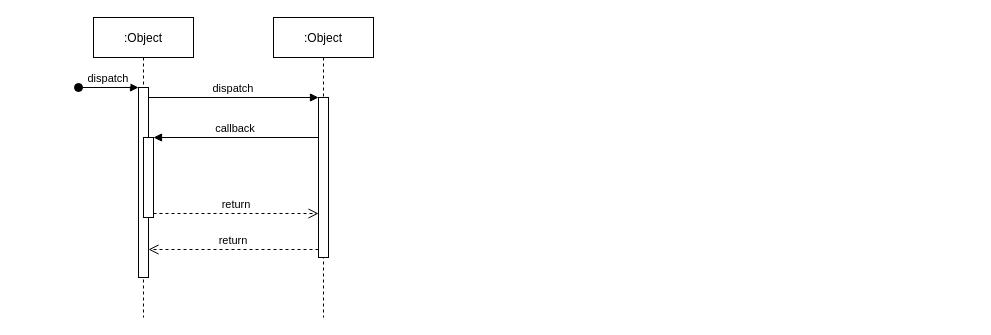
This is Data Reload.drawio from Headhuntr-IO/headhuntr-io, a draw.io file, before an edit. Source tidied: cells renumbered, new cells numbered last; positions are measured from the earlier drawing's top-left corner, leaving out a move shared by most shapes. Both pictures are drawn from the tidied source at 100%, with x=0, y=0 at pixel (78, 17).
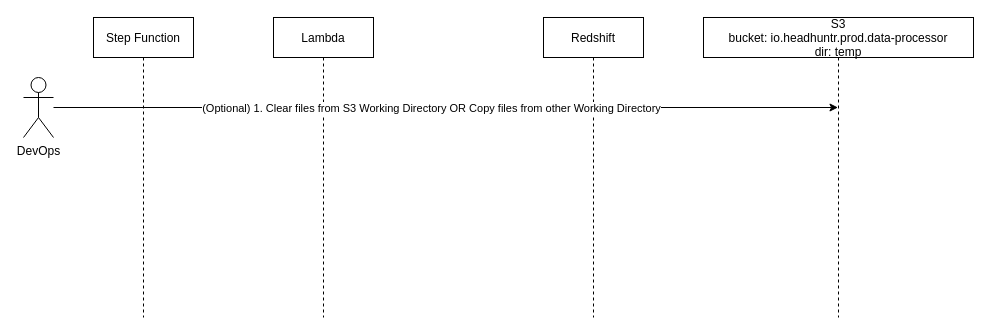
Above is the later version.

What changed in the source:
```diff
@@
 <mxGraphModel>
   <root>
     <mxCell id="0" />
     <mxCell id="1" parent="0" />
-    <mxCell id="2" value=":Object" style="shape=umlLifeline;perimeter=lifelinePerimeter;rounded=0;shadow=0;strokeWidth=1;" parent="1" vertex="1">
+    <mxCell id="2" value="Step Function" style="shape=umlLifeline;perimeter=lifelinePerimeter;rounded=0;shadow=0;strokeWidth=1;" parent="1" vertex="1">
       <mxGeometry x="15" width="100" height="300" as="geometry" />
     </mxCell>
-    <mxCell id="3" style="points=[];perimeter=orthogonalPerimeter;rounded=0;shadow=0;strokeWidth=1;" parent="2" vertex="1">
-      <mxGeometry x="45" y="70" width="10" height="190" as="geometry" />
-    </mxCell>
-    <mxCell id="4" value="dispatch" style="verticalAlign=bottom;startArrow=oval;endArrow=block;startSize=8;shadow=0;strokeWidth=1;" parent="2" edge="1" target="3">
-      <mxGeometry relative="1" as="geometry">
-        <mxPoint x="-15" y="70" as="sourcePoint" />
-      </mxGeometry>
-    </mxCell>
-    <mxCell id="5" style="points=[];perimeter=orthogonalPerimeter;rounded=0;shadow=0;strokeWidth=1;" parent="2" vertex="1">
-      <mxGeometry x="50" y="120" width="10" height="80" as="geometry" />
-    </mxCell>
-    <mxCell id="6" value=":Object" style="shape=umlLifeline;perimeter=lifelinePerimeter;rounded=0;shadow=0;strokeWidth=1;" parent="1" vertex="1">
+    <mxCell id="6" value="Lambda" style="shape=umlLifeline;perimeter=lifelinePerimeter;rounded=0;shadow=0;strokeWidth=1;" parent="1" vertex="1">
       <mxGeometry x="195" width="100" height="300" as="geometry" />
     </mxCell>
-    <mxCell id="7" style="points=[];perimeter=orthogonalPerimeter;rounded=0;shadow=0;strokeWidth=1;" parent="6" vertex="1">
-      <mxGeometry x="45" y="80" width="10" height="160" as="geometry" />
-    </mxCell>
-    <mxCell id="8" value="return" style="verticalAlign=bottom;endArrow=open;dashed=1;endSize=8;exitX=0;exitY=0.95;shadow=0;strokeWidth=1;" parent="1" edge="1" source="7" target="3">
-      <mxGeometry relative="1" as="geometry" />
-    </mxCell>
-    <mxCell id="9" value="dispatch" style="verticalAlign=bottom;endArrow=block;entryX=0;entryY=0;shadow=0;strokeWidth=1;" parent="1" edge="1" source="3" target="7">
-      <mxGeometry relative="1" as="geometry" />
-    </mxCell>
-    <mxCell id="10" value="callback" style="verticalAlign=bottom;endArrow=block;entryX=1;entryY=0;shadow=0;strokeWidth=1;" parent="1" edge="1" source="7" target="5">
-      <mxGeometry relative="1" as="geometry" />
-    </mxCell>
-    <mxCell id="11" value="return" style="verticalAlign=bottom;endArrow=open;dashed=1;endSize=8;exitX=1;exitY=0.95;shadow=0;strokeWidth=1;" parent="1" edge="1" source="5" target="7">
-      <mxGeometry relative="1" as="geometry" />
-    </mxCell>
+    <mxCell id="12" value="Redshift" style="shape=umlLifeline;perimeter=lifelinePerimeter;rounded=0;shadow=0;strokeWidth=1;" parent="1" vertex="1">
+      <mxGeometry x="465" width="100" height="300" as="geometry" />
+    </mxCell>
+    <mxCell id="13" value="S3&#10;bucket: io.headhuntr.prod.data-processor&#10;dir: temp" style="shape=umlLifeline;perimeter=lifelinePerimeter;rounded=0;shadow=0;strokeWidth=1;" parent="1" vertex="1">
+      <mxGeometry x="625" width="270" height="300" as="geometry" />
+    </mxCell>
+    <mxCell id="14" value="DevOps" style="shape=umlActor;verticalLabelPosition=bottom;verticalAlign=top;html=1;outlineConnect=0;" parent="1" vertex="1">
+      <mxGeometry x="-55" y="60" width="30" height="60" as="geometry" />
+    </mxCell>
+    <mxCell id="15" style="endArrow=classic;html=1;rounded=0;" parent="1" edge="1" source="14" target="13">
+      <mxGeometry relative="1" as="geometry" />
+    </mxCell>
+    <mxCell id="16" value="(Optional) 1. Clear files from S3 Working Directory OR Copy files from other Working Directory" style="edgeLabel;html=1;align=center;verticalAlign=middle;" parent="15" vertex="1">
+      <mxGeometry x="-0.04" relative="1" as="geometry" />
+    </mxCell>
   </root>
 </mxGraphModel>
```
